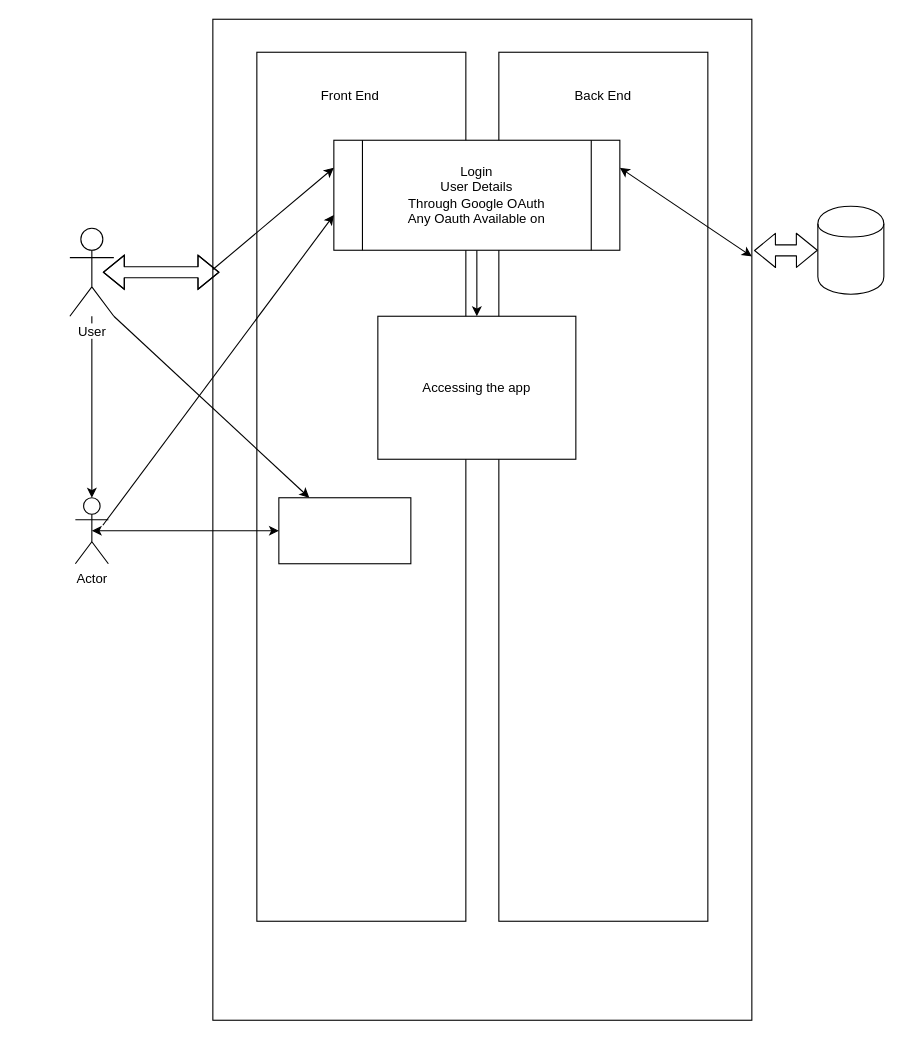
This is Untitled Diagram.drawio from rish-ab/schedule_and_tasks_app, a draw.io file, before an edit. Source tidied: cells renumbered, new cells numbered last; positions are measured from the earlier drawing's top-left corner, leaving out a move shared by most shapes. Both pictures are drawn from the tidied source at 110%, with x=0, y=0 at pixel (69, 19).
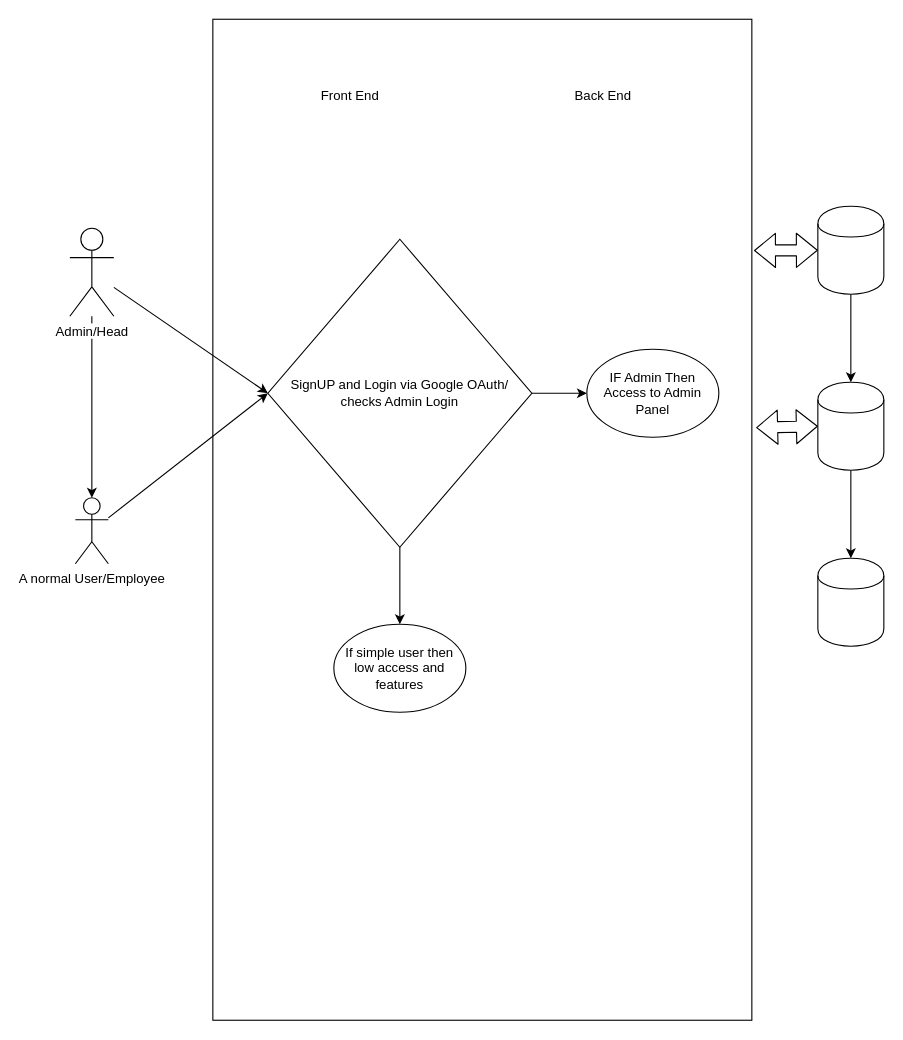
Above is the later version.

The change refers to these unchanged cells:
```xml
<mxCell id="4" style="rounded=0;whiteSpace=wrap;html=1;glass=0;sketch=0;" parent="1" vertex="1">
  <mxGeometry x="130" width="490" height="910" as="geometry" />
</mxCell>
<mxCell id="5" style="shape=cylinder;whiteSpace=wrap;html=1;boundedLbl=1;backgroundOutline=1;" parent="1" vertex="1">
  <mxGeometry x="680" y="170" width="60" height="80" as="geometry" />
</mxCell>
```

What changed in the source:
```diff
@@
-    <mxCell id="3" value="User" style="shape=umlActor;verticalLabelPosition=bottom;labelBackgroundColor=#ffffff;verticalAlign=top;html=1;outlineConnect=0;" parent="1" vertex="1">
+    <mxCell id="3" value="Admin/Head" style="shape=umlActor;verticalLabelPosition=bottom;labelBackgroundColor=#ffffff;verticalAlign=top;html=1;outlineConnect=0;" parent="1" vertex="1">
       <mxGeometry y="190" width="40" height="80" as="geometry" />
     </mxCell>
@@
+    <mxCell id="22" style="edgeStyle=orthogonalEdgeStyle;rounded=0;jettySize=auto;html=1;" parent="1" edge="1" source="5" target="31">
+      <mxGeometry relative="1" as="geometry" />
+    </mxCell>
@@
-    <mxCell id="7" style="shape=flexArrow;endArrow=classic;startArrow=classic;html=1;" parent="1" edge="1">
-      <mxGeometry relative="1" as="geometry">
-        <mxPoint x="30" y="230" as="sourcePoint" />
-        <mxPoint x="136" y="230" as="targetPoint" />
-        <Array as="points">
-          <mxPoint x="80" y="230" />
-        </Array>
-      </mxGeometry>
-    </mxCell>
-    <mxCell id="8" style="rounded=0;whiteSpace=wrap;html=1;glass=0;sketch=0;" parent="1" vertex="1">
-      <mxGeometry x="170" y="30" width="190" height="790" as="geometry" />
-    </mxCell>
@@
-    <mxCell id="10" style="rounded=0;whiteSpace=wrap;html=1;glass=0;sketch=0;" parent="1" vertex="1">
-      <mxGeometry x="390" y="30" width="190" height="790" as="geometry" />
-    </mxCell>
@@
-    <mxCell id="12" style="edgeStyle=orthogonalEdgeStyle;rounded=0;jettySize=auto;html=1;" parent="1" edge="1" source="13" target="16">
-      <mxGeometry relative="1" as="geometry" />
-    </mxCell>
-    <mxCell id="13" value="&lt;div&gt;Login&lt;/div&gt;&lt;div&gt;User Details&lt;br&gt;Through Google OAuth&lt;br&gt;Any Oauth Available on &lt;br&gt;&lt;/div&gt;" style="shape=process;whiteSpace=wrap;html=1;backgroundOutline=1;rounded=0;glass=0;sketch=0;" parent="1" vertex="1">
-      <mxGeometry x="240" y="110" width="260" height="100" as="geometry" />
-    </mxCell>
-    <mxCell id="14" style="endArrow=classic;html=1;exitX=0;exitY=0.25;exitDx=0;exitDy=0;entryX=0;entryY=0.25;entryDx=0;entryDy=0;" parent="1" edge="1" source="4" target="13">
-      <mxGeometry relative="1" as="geometry" />
-    </mxCell>
-    <mxCell id="15" style="endArrow=classic;startArrow=classic;html=1;entryX=1;entryY=0.237;entryDx=0;entryDy=0;entryPerimeter=0;exitX=1;exitY=0.25;exitDx=0;exitDy=0;" parent="1" edge="1" source="13" target="4">
-      <mxGeometry relative="1" as="geometry" />
-    </mxCell>
-    <mxCell id="16" value="Accessing the app" style="whiteSpace=wrap;html=1;rounded=0;glass=0;sketch=0;" parent="1" vertex="1">
-      <mxGeometry x="280" y="270" width="180" height="130" as="geometry" />
-    </mxCell>
-    <mxCell id="17" value="Actor" style="shape=umlActor;verticalLabelPosition=bottom;verticalAlign=top;html=1;outlineConnect=0;rounded=0;glass=0;sketch=0;" parent="1" vertex="1">
+    <mxCell id="17" value="A normal User/Employee&lt;span style=&quot;white-space: pre&quot;&gt;&lt;/span&gt;" style="shape=umlActor;verticalLabelPosition=bottom;verticalAlign=top;html=1;outlineConnect=0;rounded=0;glass=0;sketch=0;" parent="1" vertex="1">
       <mxGeometry x="5" y="435" width="30" height="60" as="geometry" />
     </mxCell>
-    <mxCell id="18" style="endArrow=classic;html=1;exitX=1;exitY=1;exitDx=0;exitDy=0;exitPerimeter=0;" parent="1" edge="1" source="3" target="19">
-      <mxGeometry relative="1" as="geometry" />
-    </mxCell>
-    <mxCell id="19" style="rounded=0;whiteSpace=wrap;html=1;glass=0;sketch=0;" parent="1" vertex="1">
-      <mxGeometry x="190" y="435" width="120" height="60" as="geometry" />
-    </mxCell>
-    <mxCell id="20" style="endArrow=classic;startArrow=classic;html=1;exitX=0.5;exitY=0.5;exitDx=0;exitDy=0;exitPerimeter=0;entryX=0;entryY=0.5;entryDx=0;entryDy=0;" parent="1" edge="1" source="17" target="19">
-      <mxGeometry relative="1" as="geometry" />
-    </mxCell>
-    <mxCell id="21" style="endArrow=classic;html=1;entryX=0;entryY=0.68;entryDx=0;entryDy=0;entryPerimeter=0;" parent="1" edge="1" target="13">
-      <mxGeometry relative="1" as="geometry">
-        <mxPoint x="30" y="460" as="sourcePoint" />
-      </mxGeometry>
-    </mxCell>
+    <mxCell id="23" style="endArrow=classic;html=1;entryX=0;entryY=0.5;entryDx=0;entryDy=0;" parent="1" edge="1" source="3">
+      <mxGeometry relative="1" as="geometry">
+        <mxPoint x="180" y="340" as="targetPoint" />
+      </mxGeometry>
+    </mxCell>
+    <mxCell id="24" style="endArrow=classic;html=1;" parent="1" edge="1" source="17">
+      <mxGeometry relative="1" as="geometry">
+        <mxPoint x="180" y="340" as="targetPoint" />
+      </mxGeometry>
+    </mxCell>
+    <mxCell id="25" style="edgeStyle=orthogonalEdgeStyle;rounded=0;jettySize=auto;html=1;" parent="1" edge="1" source="27" target="28">
+      <mxGeometry relative="1" as="geometry" />
+    </mxCell>
+    <mxCell id="26" style="edgeStyle=orthogonalEdgeStyle;rounded=0;jettySize=auto;html=1;" parent="1" edge="1" source="27" target="29">
+      <mxGeometry relative="1" as="geometry" />
+    </mxCell>
+    <mxCell id="27" value="SignUP and Login via Google OAuth/ checks Admin Login" style="rhombus;whiteSpace=wrap;html=1;" parent="1" vertex="1">
+      <mxGeometry x="180" y="200" width="240" height="280" as="geometry" />
+    </mxCell>
+    <mxCell id="28" value="IF Admin Then Access to Admin Panel" style="ellipse;whiteSpace=wrap;html=1;" parent="1" vertex="1">
+      <mxGeometry x="470" y="300" width="120" height="80" as="geometry" />
+    </mxCell>
+    <mxCell id="29" value="If simple user then low access and features" style="ellipse;whiteSpace=wrap;html=1;" parent="1" vertex="1">
+      <mxGeometry x="240" y="550" width="120" height="80" as="geometry" />
+    </mxCell>
+    <mxCell id="30" style="edgeStyle=orthogonalEdgeStyle;rounded=0;jettySize=auto;html=1;" parent="1" edge="1" source="31" target="32">
+      <mxGeometry relative="1" as="geometry" />
+    </mxCell>
+    <mxCell id="31" style="shape=cylinder;whiteSpace=wrap;html=1;boundedLbl=1;backgroundOutline=1;" parent="1" vertex="1">
+      <mxGeometry x="680" y="330" width="60" height="80" as="geometry" />
+    </mxCell>
+    <mxCell id="32" style="shape=cylinder;whiteSpace=wrap;html=1;boundedLbl=1;backgroundOutline=1;" parent="1" vertex="1">
+      <mxGeometry x="680" y="490" width="60" height="80" as="geometry" />
+    </mxCell>
+    <mxCell id="33" style="shape=flexArrow;endArrow=classic;startArrow=classic;html=1;entryX=0;entryY=0.5;entryDx=0;entryDy=0;exitX=1.008;exitY=0.408;exitDx=0;exitDy=0;exitPerimeter=0;" parent="1" edge="1" source="4" target="31">
+      <mxGeometry relative="1" as="geometry" />
+    </mxCell>
```
